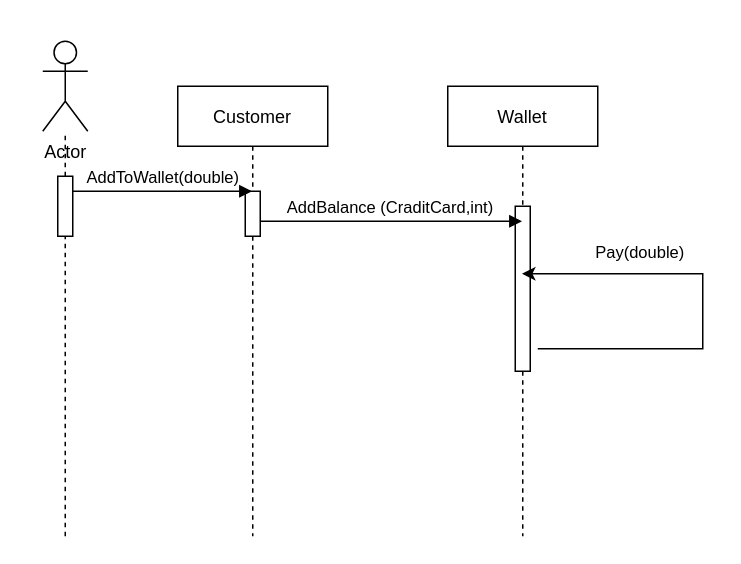
The draw.io diagram walletrecharge_final.drawio in ZeyadMoAli/Software_Project, before the edit. Source tidied: cells renumbered, new cells numbered last; positions are measured from the earlier drawing's top-left corner, leaving out a move shared by most shapes. Both pictures are drawn from the tidied source at 150%, with x=0, y=0 at pixel (42, 40).
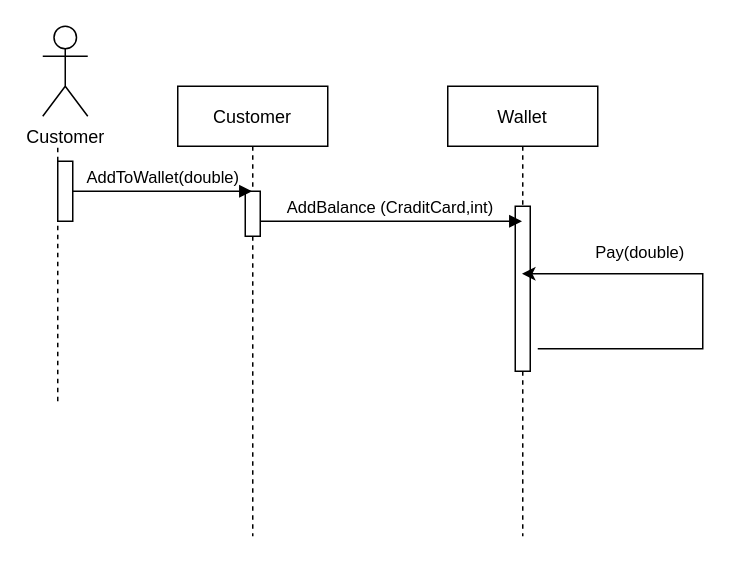
The same page after the edit.

What changed in the source:
```diff
@@
 <mxGraphModel>
   <root>
     <mxCell id="0" />
     <mxCell id="1" parent="0" />
     <mxCell id="2" value="Customer" style="shape=umlLifeline;perimeter=lifelinePerimeter;rounded=0;shadow=0;strokeWidth=1;" parent="1" vertex="1">
       <mxGeometry x="90" y="30" width="100" height="300" as="geometry" />
     </mxCell>
     <mxCell id="3" style="points=[];perimeter=orthogonalPerimeter;rounded=0;shadow=0;strokeWidth=1;" parent="2" vertex="1">
       <mxGeometry x="45" y="70" width="10" height="30" as="geometry" />
     </mxCell>
     <mxCell id="4" value="Wallet" style="shape=umlLifeline;perimeter=lifelinePerimeter;rounded=0;shadow=0;strokeWidth=1;" parent="1" vertex="1">
       <mxGeometry x="270" y="30" width="100" height="300" as="geometry" />
     </mxCell>
     <mxCell id="5" style="perimeter=orthogonalPerimeter;rounded=0;shadow=0;strokeWidth=1;" parent="4" vertex="1">
       <mxGeometry x="45" y="80" width="10" height="110" as="geometry" />
     </mxCell>
     <mxCell id="6" style="edgeStyle=segmentEdgeStyle;endArrow=classic;html=1;rounded=0;" parent="4" edge="1" target="4">
       <mxGeometry relative="1" as="geometry">
         <mxPoint x="60" y="175" as="sourcePoint" />
         <Array as="points">
           <mxPoint x="170" y="175" />
           <mxPoint x="170" y="125" />
         </Array>
       </mxGeometry>
     </mxCell>
     <mxCell id="7" value="Pay(double)" style="edgeLabel;html=1;align=center;verticalAlign=middle;" parent="6" vertex="1">
       <mxGeometry x="0.34" y="3" relative="1" as="geometry">
         <mxPoint x="-15" y="-18" as="offset" />
       </mxGeometry>
     </mxCell>
     <mxCell id="8" value="AddBalance (CraditCard,int)" style="verticalAlign=bottom;endArrow=block;shadow=0;strokeWidth=1;" parent="1" edge="1" source="3" target="4">
       <mxGeometry relative="1" as="geometry">
         <Array as="points">
           <mxPoint x="210" y="120" />
         </Array>
       </mxGeometry>
     </mxCell>
-    <mxCell id="9" value="Actor" style="shape=umlActor;verticalLabelPosition=bottom;verticalAlign=top;html=1;outlineConnect=0;" parent="1" vertex="1">
-      <mxGeometry width="30" height="60" as="geometry" />
+    <mxCell id="9" value="Customer" style="shape=umlActor;verticalLabelPosition=bottom;verticalAlign=top;html=1;outlineConnect=0;" parent="1" vertex="1">
+      <mxGeometry y="-10" width="30" height="60" as="geometry" />
     </mxCell>
-    <mxCell id="10" style="endArrow=none;dashed=1;html=1;" parent="1" edge="1" target="9">
-      <mxGeometry relative="1" as="geometry">
-        <mxPoint x="15" y="330" as="sourcePoint" />
-        <Array as="points">
-          <mxPoint x="15" y="220" />
-        </Array>
-      </mxGeometry>
-    </mxCell>
+    <mxCell id="12" value="AddToWallet(double)" style="html=1;verticalAlign=bottom;endArrow=block;" parent="1" edge="1" target="2">
+      <mxGeometry relative="1" as="geometry">
+        <mxPoint x="20" y="100" as="sourcePoint" />
+      </mxGeometry>
+    </mxCell>
+    <mxCell id="13" style="endArrow=none;dashed=1;html=1;rounded=0;startArrow=none;" parent="1" edge="1" source="11">
+      <mxGeometry relative="1" as="geometry">
+        <mxPoint x="10" y="70" as="targetPoint" />
+      </mxGeometry>
+    </mxCell>
     <mxCell id="11" style="html=1;points=[];perimeter=orthogonalPerimeter;" parent="1" vertex="1">
-      <mxGeometry x="10" y="90" width="10" height="40" as="geometry" />
+      <mxGeometry x="10" y="80" width="10" height="40" as="geometry" />
     </mxCell>
-    <mxCell id="12" value="AddToWallet(double)" style="html=1;verticalAlign=bottom;endArrow=block;" parent="1" edge="1" target="2">
-      <mxGeometry relative="1" as="geometry">
-        <mxPoint x="20" y="100" as="sourcePoint" />
-      </mxGeometry>
-    </mxCell>
+    <mxCell id="14" style="endArrow=none;dashed=1;html=1;rounded=0;" parent="1" edge="1" target="11">
+      <mxGeometry relative="1" as="geometry">
+        <mxPoint x="10" y="240" as="sourcePoint" />
+      </mxGeometry>
+    </mxCell>
   </root>
 </mxGraphModel>
```
